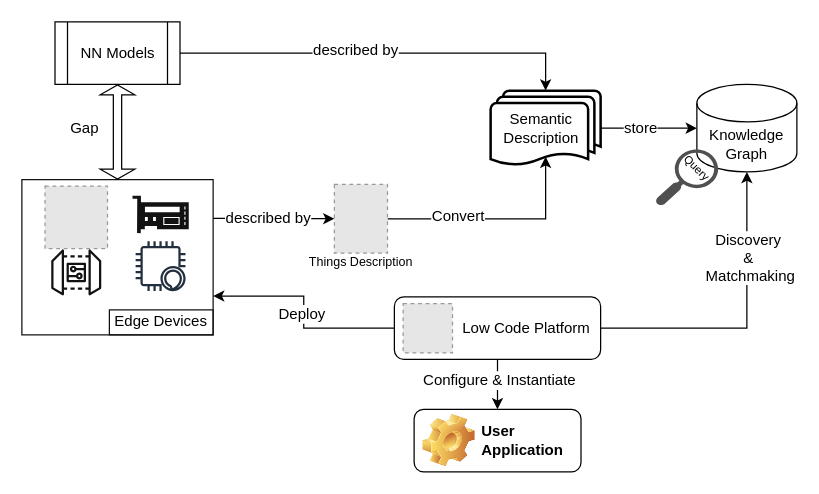
Above: ISWC_Framework.drawio in Haoyu-R/appendix (draw.io), before the change. Source tidied: cells renumbered, new cells numbered last; positions are measured from the earlier drawing's top-left corner, leaving out a move shared by most shapes. Both pictures are drawn from the tidied source at 125%, with x=0, y=0 at pixel (21, 21). Pictures stored in the file or linked from it are replaced by grey dashed boxes.
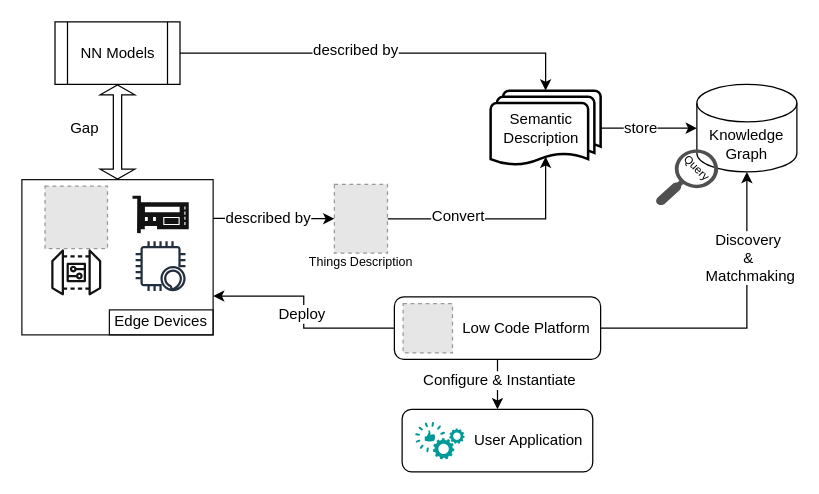
The same page after the edit.

What changed in the source:
```diff
@@
-    <mxCell id="31" value="User Application" style="label;whiteSpace=wrap;html=1;image=img/clipart/Gear_128x128.png;fontSize=12;fillColor=none;" parent="1" vertex="1">
-      <mxGeometry x="313.8" y="310" width="133.5" height="50" as="geometry" />
-    </mxCell>
@@
+    <mxCell id="36" style="group;" parent="1" vertex="1">
+      <mxGeometry x="304.2" y="310" width="152.5" height="50" as="geometry" />
+    </mxCell>
+    <mxCell id="37" style="sketch=0;html=1;strokeColor=none;shadow=0;align=center;verticalAlign=top;fillColor=#009999;shape=mxgraph.gcp2.capabilities;fontSize=10;" parent="36" vertex="1">
+      <mxGeometry x="10.5" y="10" width="39.5" height="30" as="geometry" />
+    </mxCell>
+    <mxCell id="31" value="&lt;font style=&quot;font-size: 12px&quot;&gt;&amp;nbsp;&amp;nbsp;&amp;nbsp;&amp;nbsp;&amp;nbsp;&amp;nbsp;&amp;nbsp;&amp;nbsp;&amp;nbsp;&amp;nbsp;&amp;nbsp;&amp;nbsp;&amp;nbsp;&amp;nbsp; User Application&lt;br&gt;&lt;/font&gt;" style="rounded=1;whiteSpace=wrap;html=1;fontSize=9;fillColor=none;" parent="36" vertex="1">
+      <mxGeometry width="152.5" height="50" as="geometry" />
+    </mxCell>
```
